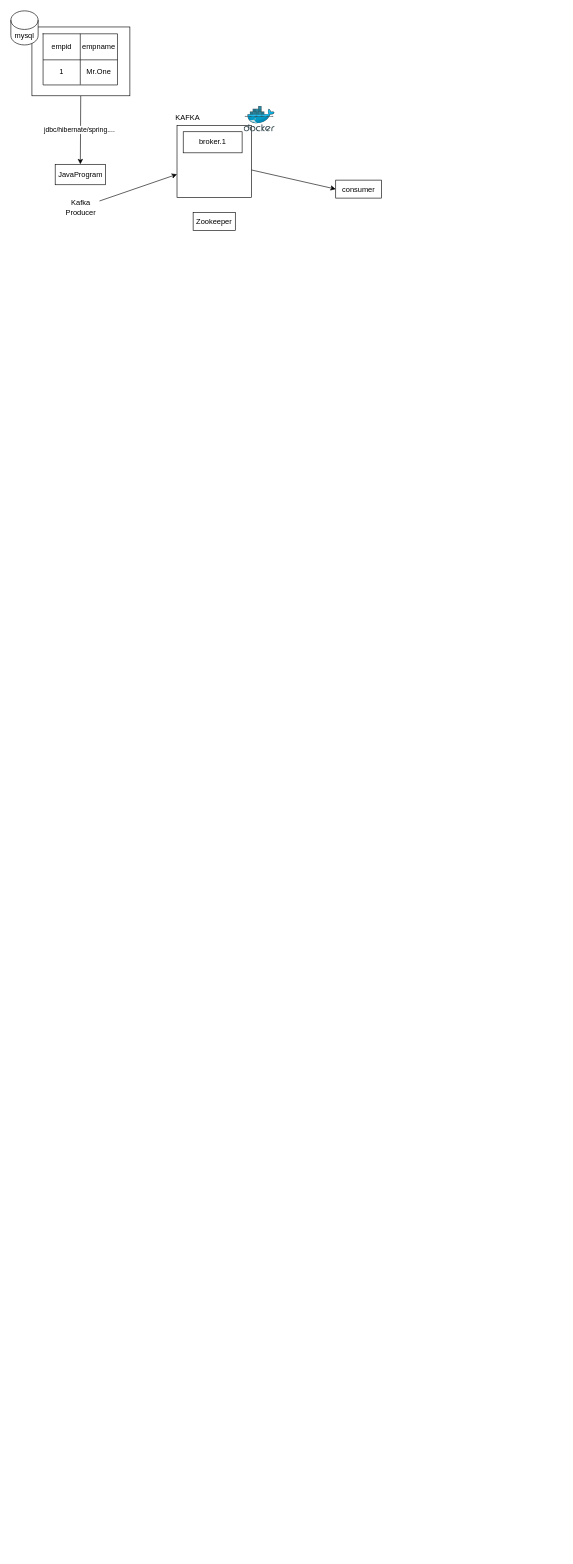
subham-lab/ibm-kafka-may-2022 keeps this draw.io diagram as images/day3.png.drawio. Above is the earlier version. Source tidied: cells renumbered, new cells numbered last; positions are measured from the earlier drawing's top-left corner, leaving out a move shared by most shapes. Both pictures are drawn from the tidied source at 62%, with x=0, y=0 at pixel (11, 11).
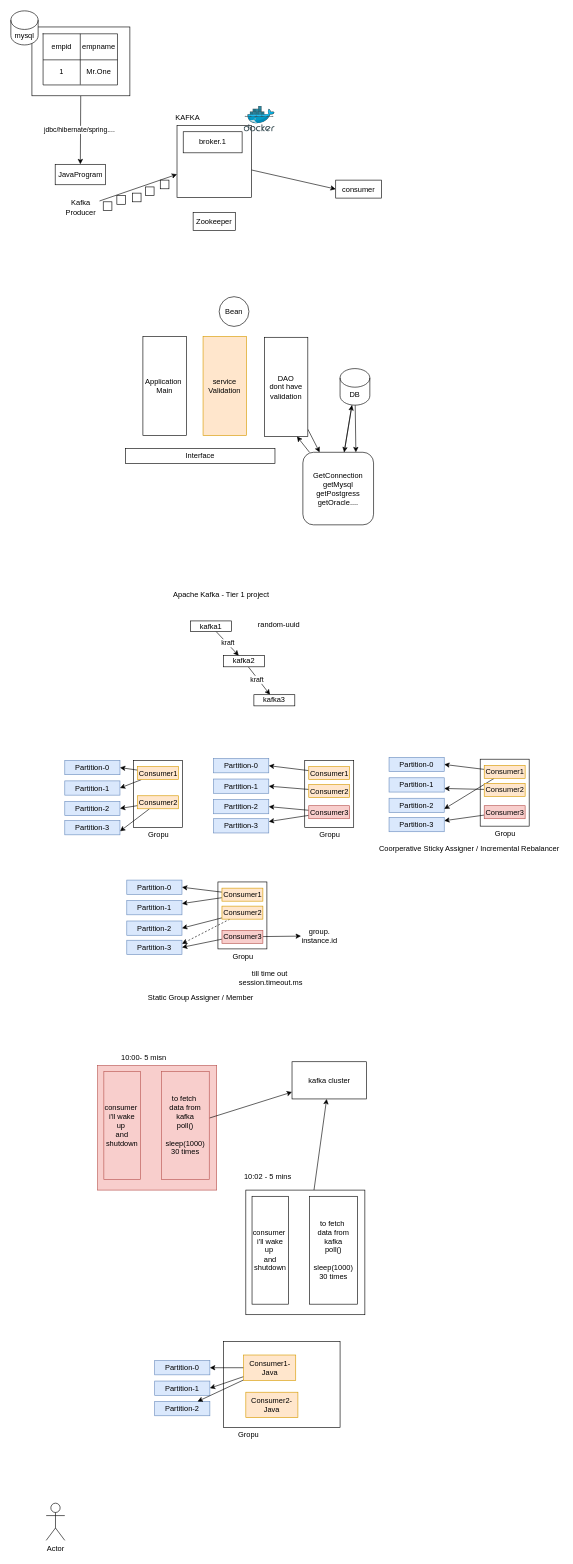
After the change.

What changed in the source:
```diff
@@
+    <mxCell id="22" style="edgeStyle=none;rounded=0;jettySize=auto;html=1;" parent="1" edge="1" source="24" target="33">
+      <mxGeometry relative="1" as="geometry" />
+    </mxCell>
+    <mxCell id="23" style="edgeStyle=none;rounded=0;jettySize=auto;html=1;entryX=0.75;entryY=0;entryDx=0;entryDy=0;" parent="1" edge="1" source="24" target="33">
+      <mxGeometry relative="1" as="geometry" />
+    </mxCell>
+    <mxCell id="24" value="DB" style="shape=cylinder3;whiteSpace=wrap;html=1;boundedLbl=1;backgroundOutline=1;size=15;" parent="1" vertex="1">
+      <mxGeometry x="531" y="577" width="48" height="59" as="geometry" />
+    </mxCell>
+    <mxCell id="25" style="edgeStyle=none;rounded=0;jettySize=auto;html=1;" parent="1" edge="1" source="26" target="33">
+      <mxGeometry relative="1" as="geometry" />
+    </mxCell>
+    <mxCell id="26" value="DAO&lt;br&gt;dont have validation" style="rounded=0;whiteSpace=wrap;html=1;" parent="1" vertex="1">
+      <mxGeometry x="409" y="526.5" width="70" height="160" as="geometry" />
+    </mxCell>
+    <mxCell id="27" value="service&lt;br&gt;Validation" style="rounded=0;whiteSpace=wrap;html=1;fillColor=#ffe6cc;strokeColor=#d79b00;" parent="1" vertex="1">
+      <mxGeometry x="310" y="525" width="70" height="160" as="geometry" />
+    </mxCell>
+    <mxCell id="28" value="Bean" style="ellipse;whiteSpace=wrap;html=1;" parent="1" vertex="1">
+      <mxGeometry x="336" y="461" width="48" height="48" as="geometry" />
+    </mxCell>
+    <mxCell id="29" value="Application&amp;nbsp;&lt;br&gt;Main" style="rounded=0;whiteSpace=wrap;html=1;" parent="1" vertex="1">
+      <mxGeometry x="213" y="525" width="70" height="160" as="geometry" />
+    </mxCell>
+    <mxCell id="30" value="Interface" style="rounded=0;whiteSpace=wrap;html=1;" parent="1" vertex="1">
+      <mxGeometry x="185" y="706" width="241" height="24" as="geometry" />
+    </mxCell>
+    <mxCell id="31" style="edgeStyle=none;rounded=0;jettySize=auto;html=1;entryX=0.75;entryY=1;entryDx=0;entryDy=0;" parent="1" edge="1" source="33" target="26">
+      <mxGeometry relative="1" as="geometry" />
+    </mxCell>
+    <mxCell id="32" style="edgeStyle=none;rounded=0;jettySize=auto;html=1;" parent="1" edge="1" source="33" target="24">
+      <mxGeometry relative="1" as="geometry" />
+    </mxCell>
+    <mxCell id="33" value="GetConnection&lt;br&gt;getMysql&lt;br&gt;getPostgress&lt;br&gt;getOracle...." style="rounded=1;whiteSpace=wrap;html=1;" parent="1" vertex="1">
+      <mxGeometry x="471" y="712" width="114" height="117" as="geometry" />
+    </mxCell>
+    <mxCell id="34" style="rounded=0;whiteSpace=wrap;html=1;" parent="1" vertex="1">
+      <mxGeometry x="149" y="308" width="14" height="14" as="geometry" />
+    </mxCell>
+    <mxCell id="35" style="rounded=0;whiteSpace=wrap;html=1;" parent="1" vertex="1">
+      <mxGeometry x="171" y="298" width="14" height="14" as="geometry" />
+    </mxCell>
+    <mxCell id="36" style="rounded=0;whiteSpace=wrap;html=1;" parent="1" vertex="1">
+      <mxGeometry x="196" y="294" width="14" height="14" as="geometry" />
+    </mxCell>
+    <mxCell id="37" style="rounded=0;whiteSpace=wrap;html=1;" parent="1" vertex="1">
+      <mxGeometry x="217" y="284" width="14" height="14" as="geometry" />
+    </mxCell>
+    <mxCell id="38" style="rounded=0;whiteSpace=wrap;html=1;" parent="1" vertex="1">
+      <mxGeometry x="241" y="273" width="14" height="14" as="geometry" />
+    </mxCell>
+    <mxCell id="39" style="edgeStyle=none;rounded=0;jettySize=auto;html=1;" parent="1" edge="1" source="41" target="44">
+      <mxGeometry relative="1" as="geometry" />
+    </mxCell>
+    <mxCell id="40" value="kraft" style="edgeLabel;html=1;align=center;verticalAlign=middle;" parent="39" vertex="1">
+      <mxGeometry x="-0.04" y="1" relative="1" as="geometry" />
+    </mxCell>
+    <mxCell id="41" value="kafka1" style="rounded=0;whiteSpace=wrap;html=1;" parent="1" vertex="1">
+      <mxGeometry x="290" y="984" width="66" height="17" as="geometry" />
+    </mxCell>
+    <mxCell id="42" style="edgeStyle=none;rounded=0;jettySize=auto;html=1;" parent="1" edge="1" source="44" target="45">
+      <mxGeometry relative="1" as="geometry" />
+    </mxCell>
+    <mxCell id="43" value="kraft" style="edgeLabel;html=1;align=center;verticalAlign=middle;" parent="42" vertex="1">
+      <mxGeometry x="-0.11" y="-2" relative="1" as="geometry" />
+    </mxCell>
+    <mxCell id="44" value="kafka2" style="rounded=0;whiteSpace=wrap;html=1;" parent="1" vertex="1">
+      <mxGeometry x="343" y="1040" width="66" height="18" as="geometry" />
+    </mxCell>
+    <mxCell id="45" value="kafka3" style="rounded=0;whiteSpace=wrap;html=1;" parent="1" vertex="1">
+      <mxGeometry x="392" y="1103" width="66" height="18" as="geometry" />
+    </mxCell>
+    <mxCell id="46" value="Apache Kafka - Tier 1 project" style="text;html=1;align=center;verticalAlign=middle;strokeColor=none;fillColor=none;" parent="1" vertex="1">
+      <mxGeometry x="256" y="933" width="165" height="18" as="geometry" />
+    </mxCell>
+    <mxCell id="47" value="random-uuid" style="text;html=1;align=center;verticalAlign=middle;strokeColor=none;fillColor=none;" parent="1" vertex="1">
+      <mxGeometry x="393" y="981" width="78" height="18" as="geometry" />
+    </mxCell>
+    <mxCell id="48" value="Partition-0" style="rounded=0;whiteSpace=wrap;html=1;fillColor=#dae8fc;strokeColor=#6c8ebf;" parent="1" vertex="1">
+      <mxGeometry x="87" y="1209" width="89" height="23" as="geometry" />
+    </mxCell>
+    <mxCell id="49" value="Partition-1" style="rounded=0;whiteSpace=wrap;html=1;fillColor=#dae8fc;strokeColor=#6c8ebf;" parent="1" vertex="1">
+      <mxGeometry x="87" y="1242" width="89" height="23" as="geometry" />
+    </mxCell>
+    <mxCell id="50" value="Partition-2" style="rounded=0;whiteSpace=wrap;html=1;fillColor=#dae8fc;strokeColor=#6c8ebf;" parent="1" vertex="1">
+      <mxGeometry x="87" y="1275" width="89" height="23" as="geometry" />
+    </mxCell>
+    <mxCell id="51" style="rounded=0;whiteSpace=wrap;html=1;" parent="1" vertex="1">
+      <mxGeometry x="198" y="1209" width="79" height="108" as="geometry" />
+    </mxCell>
+    <mxCell id="52" value="Gropu" style="text;html=1;align=center;verticalAlign=middle;strokeColor=none;fillColor=none;" parent="1" vertex="1">
+      <mxGeometry x="215.5" y="1320" width="44" height="18" as="geometry" />
+    </mxCell>
+    <mxCell id="53" style="edgeStyle=none;rounded=0;jettySize=auto;html=1;entryX=1;entryY=0.5;entryDx=0;entryDy=0;" parent="1" edge="1" source="55" target="48">
+      <mxGeometry relative="1" as="geometry" />
+    </mxCell>
+    <mxCell id="54" style="edgeStyle=none;rounded=0;jettySize=auto;html=1;entryX=1;entryY=0.5;entryDx=0;entryDy=0;" parent="1" edge="1" source="55" target="49">
+      <mxGeometry relative="1" as="geometry" />
+    </mxCell>
+    <mxCell id="55" value="Consumer1" style="rounded=0;whiteSpace=wrap;html=1;fillColor=#ffe6cc;strokeColor=#d79b00;" parent="1" vertex="1">
+      <mxGeometry x="204.5" y="1219" width="66" height="21" as="geometry" />
+    </mxCell>
+    <mxCell id="56" style="edgeStyle=none;rounded=0;jettySize=auto;html=1;entryX=1;entryY=0.5;entryDx=0;entryDy=0;" parent="1" edge="1" source="58" target="50">
+      <mxGeometry relative="1" as="geometry" />
+    </mxCell>
+    <mxCell id="57" style="edgeStyle=none;rounded=0;jettySize=auto;html=1;entryX=1;entryY=0.75;entryDx=0;entryDy=0;" parent="1" edge="1" source="58" target="59">
+      <mxGeometry relative="1" as="geometry" />
+    </mxCell>
+    <mxCell id="58" value="Consumer2" style="rounded=0;whiteSpace=wrap;html=1;fillColor=#ffe6cc;strokeColor=#d79b00;" parent="1" vertex="1">
+      <mxGeometry x="204.5" y="1266" width="66" height="21" as="geometry" />
+    </mxCell>
+    <mxCell id="59" value="Partition-3" style="rounded=0;whiteSpace=wrap;html=1;fillColor=#dae8fc;strokeColor=#6c8ebf;" parent="1" vertex="1">
+      <mxGeometry x="87" y="1306" width="89" height="23" as="geometry" />
+    </mxCell>
+    <mxCell id="60" value="Partition-0" style="rounded=0;whiteSpace=wrap;html=1;fillColor=#dae8fc;strokeColor=#6c8ebf;" parent="1" vertex="1">
+      <mxGeometry x="327" y="1206" width="89" height="23" as="geometry" />
+    </mxCell>
+    <mxCell id="61" value="Partition-1" style="rounded=0;whiteSpace=wrap;html=1;fillColor=#dae8fc;strokeColor=#6c8ebf;" parent="1" vertex="1">
+      <mxGeometry x="327" y="1239" width="89" height="23" as="geometry" />
+    </mxCell>
+    <mxCell id="62" value="Partition-2" style="rounded=0;whiteSpace=wrap;html=1;fillColor=#dae8fc;strokeColor=#6c8ebf;" parent="1" vertex="1">
+      <mxGeometry x="327" y="1272" width="89" height="23" as="geometry" />
+    </mxCell>
+    <mxCell id="63" style="rounded=0;whiteSpace=wrap;html=1;" parent="1" vertex="1">
+      <mxGeometry x="474" y="1209" width="79" height="108" as="geometry" />
+    </mxCell>
+    <mxCell id="64" value="Gropu" style="text;html=1;align=center;verticalAlign=middle;strokeColor=none;fillColor=none;" parent="1" vertex="1">
+      <mxGeometry x="491.5" y="1320" width="44" height="18" as="geometry" />
+    </mxCell>
+    <mxCell id="65" style="edgeStyle=none;rounded=0;jettySize=auto;html=1;entryX=1;entryY=0.5;entryDx=0;entryDy=0;" parent="1" edge="1" source="66" target="60">
+      <mxGeometry relative="1" as="geometry" />
+    </mxCell>
+    <mxCell id="66" value="Consumer1" style="rounded=0;whiteSpace=wrap;html=1;fillColor=#ffe6cc;strokeColor=#d79b00;" parent="1" vertex="1">
+      <mxGeometry x="480.5" y="1219" width="66" height="21" as="geometry" />
+    </mxCell>
+    <mxCell id="67" style="edgeStyle=none;rounded=0;jettySize=auto;html=1;entryX=1;entryY=0.5;entryDx=0;entryDy=0;" parent="1" edge="1" source="68" target="61">
+      <mxGeometry relative="1" as="geometry" />
+    </mxCell>
+    <mxCell id="68" value="Consumer2" style="rounded=0;whiteSpace=wrap;html=1;fillColor=#ffe6cc;strokeColor=#d79b00;" parent="1" vertex="1">
+      <mxGeometry x="480.5" y="1248" width="66" height="21" as="geometry" />
+    </mxCell>
+    <mxCell id="69" value="Partition-3" style="rounded=0;whiteSpace=wrap;html=1;fillColor=#dae8fc;strokeColor=#6c8ebf;" parent="1" vertex="1">
+      <mxGeometry x="327" y="1303" width="89" height="23" as="geometry" />
+    </mxCell>
+    <mxCell id="70" style="edgeStyle=none;rounded=0;jettySize=auto;html=1;entryX=1;entryY=0.5;entryDx=0;entryDy=0;" parent="1" edge="1" source="72" target="62">
+      <mxGeometry relative="1" as="geometry" />
+    </mxCell>
+    <mxCell id="71" style="edgeStyle=none;rounded=0;jettySize=auto;html=1;" parent="1" edge="1" source="72" target="69">
+      <mxGeometry relative="1" as="geometry" />
+    </mxCell>
+    <mxCell id="72" value="Consumer3" style="rounded=0;whiteSpace=wrap;html=1;fillColor=#f8cecc;strokeColor=#b85450;" parent="1" vertex="1">
+      <mxGeometry x="480.5" y="1282" width="66" height="21" as="geometry" />
+    </mxCell>
+    <mxCell id="73" value="Partition-0" style="rounded=0;whiteSpace=wrap;html=1;fillColor=#dae8fc;strokeColor=#6c8ebf;" parent="1" vertex="1">
+      <mxGeometry x="610" y="1204" width="89" height="23" as="geometry" />
+    </mxCell>
+    <mxCell id="74" value="Partition-1" style="rounded=0;whiteSpace=wrap;html=1;fillColor=#dae8fc;strokeColor=#6c8ebf;" parent="1" vertex="1">
+      <mxGeometry x="610" y="1237" width="89" height="23" as="geometry" />
+    </mxCell>
+    <mxCell id="75" value="Partition-2" style="rounded=0;whiteSpace=wrap;html=1;fillColor=#dae8fc;strokeColor=#6c8ebf;" parent="1" vertex="1">
+      <mxGeometry x="610" y="1270" width="89" height="23" as="geometry" />
+    </mxCell>
+    <mxCell id="76" style="rounded=0;whiteSpace=wrap;html=1;" parent="1" vertex="1">
+      <mxGeometry x="757" y="1207" width="79" height="108" as="geometry" />
+    </mxCell>
+    <mxCell id="77" value="Gropu" style="text;html=1;align=center;verticalAlign=middle;strokeColor=none;fillColor=none;" parent="1" vertex="1">
+      <mxGeometry x="774.5" y="1318" width="44" height="18" as="geometry" />
+    </mxCell>
+    <mxCell id="78" style="edgeStyle=none;rounded=0;jettySize=auto;html=1;entryX=1;entryY=0.5;entryDx=0;entryDy=0;" parent="1" edge="1" source="80" target="73">
+      <mxGeometry relative="1" as="geometry" />
+    </mxCell>
+    <mxCell id="79" style="edgeStyle=none;rounded=0;jettySize=auto;html=1;entryX=1;entryY=0.75;entryDx=0;entryDy=0;" parent="1" edge="1" source="80" target="75">
+      <mxGeometry relative="1" as="geometry" />
+    </mxCell>
+    <mxCell id="80" value="Consumer1" style="rounded=0;whiteSpace=wrap;html=1;fillColor=#ffe6cc;strokeColor=#d79b00;" parent="1" vertex="1">
+      <mxGeometry x="763.5" y="1217" width="66" height="21" as="geometry" />
+    </mxCell>
+    <mxCell id="81" style="edgeStyle=none;rounded=0;jettySize=auto;html=1;entryX=1;entryY=0.75;entryDx=0;entryDy=0;" parent="1" edge="1" source="82" target="74">
+      <mxGeometry relative="1" as="geometry" />
+    </mxCell>
+    <mxCell id="82" value="Consumer2" style="rounded=0;whiteSpace=wrap;html=1;fillColor=#ffe6cc;strokeColor=#d79b00;" parent="1" vertex="1">
+      <mxGeometry x="763.5" y="1246" width="66" height="21" as="geometry" />
+    </mxCell>
+    <mxCell id="83" value="Partition-3" style="rounded=0;whiteSpace=wrap;html=1;fillColor=#dae8fc;strokeColor=#6c8ebf;" parent="1" vertex="1">
+      <mxGeometry x="610" y="1301" width="89" height="23" as="geometry" />
+    </mxCell>
+    <mxCell id="84" value="Coorperative Sticky Assigner / Incremental Rebalancer" style="text;html=1;align=center;verticalAlign=middle;strokeColor=none;fillColor=none;" parent="1" vertex="1">
+      <mxGeometry x="588" y="1342" width="301" height="18" as="geometry" />
+    </mxCell>
+    <mxCell id="85" style="edgeStyle=none;rounded=0;jettySize=auto;html=1;" parent="1" edge="1" source="86" target="83">
+      <mxGeometry relative="1" as="geometry" />
+    </mxCell>
+    <mxCell id="86" value="Consumer3" style="rounded=0;whiteSpace=wrap;html=1;fillColor=#f8cecc;strokeColor=#b85450;" parent="1" vertex="1">
+      <mxGeometry x="763.5" y="1282" width="66" height="21" as="geometry" />
+    </mxCell>
+    <mxCell id="87" value="Partition-0" style="rounded=0;whiteSpace=wrap;html=1;fillColor=#dae8fc;strokeColor=#6c8ebf;" parent="1" vertex="1">
+      <mxGeometry x="187" y="1402" width="89" height="23" as="geometry" />
+    </mxCell>
+    <mxCell id="88" value="Partition-1" style="rounded=0;whiteSpace=wrap;html=1;fillColor=#dae8fc;strokeColor=#6c8ebf;" parent="1" vertex="1">
+      <mxGeometry x="187" y="1435" width="89" height="23" as="geometry" />
+    </mxCell>
+    <mxCell id="89" value="Partition-2" style="rounded=0;whiteSpace=wrap;html=1;fillColor=#dae8fc;strokeColor=#6c8ebf;" parent="1" vertex="1">
+      <mxGeometry x="187" y="1468" width="89" height="23" as="geometry" />
+    </mxCell>
+    <mxCell id="90" style="rounded=0;whiteSpace=wrap;html=1;" parent="1" vertex="1">
+      <mxGeometry x="334" y="1405" width="79" height="108" as="geometry" />
+    </mxCell>
+    <mxCell id="91" value="Gropu" style="text;html=1;align=center;verticalAlign=middle;strokeColor=none;fillColor=none;" parent="1" vertex="1">
+      <mxGeometry x="351.5" y="1516" width="44" height="18" as="geometry" />
+    </mxCell>
+    <mxCell id="92" style="edgeStyle=none;rounded=0;jettySize=auto;html=1;entryX=1;entryY=0.5;entryDx=0;entryDy=0;" parent="1" edge="1" source="94" target="87">
+      <mxGeometry relative="1" as="geometry" />
+    </mxCell>
+    <mxCell id="93" style="edgeStyle=none;rounded=0;jettySize=auto;html=1;" parent="1" edge="1" source="94" target="88">
+      <mxGeometry relative="1" as="geometry" />
+    </mxCell>
+    <mxCell id="94" value="Consumer1" style="rounded=0;whiteSpace=wrap;html=1;fillColor=#ffe6cc;strokeColor=#d79b00;" parent="1" vertex="1">
+      <mxGeometry x="340.5" y="1415" width="66" height="21" as="geometry" />
+    </mxCell>
+    <mxCell id="95" style="edgeStyle=none;rounded=0;jettySize=auto;html=1;entryX=1;entryY=0.5;entryDx=0;entryDy=0;" parent="1" edge="1" source="97" target="89">
+      <mxGeometry relative="1" as="geometry" />
+    </mxCell>
+    <mxCell id="96" style="edgeStyle=none;rounded=0;jettySize=auto;html=1;entryX=1;entryY=0.25;entryDx=0;entryDy=0;dashed=1;" parent="1" edge="1" source="97" target="98">
+      <mxGeometry relative="1" as="geometry" />
+    </mxCell>
+    <mxCell id="97" value="Consumer2" style="rounded=0;whiteSpace=wrap;html=1;fillColor=#ffe6cc;strokeColor=#d79b00;" parent="1" vertex="1">
+      <mxGeometry x="340.5" y="1444" width="66" height="21" as="geometry" />
+    </mxCell>
+    <mxCell id="98" value="Partition-3" style="rounded=0;whiteSpace=wrap;html=1;fillColor=#dae8fc;strokeColor=#6c8ebf;" parent="1" vertex="1">
+      <mxGeometry x="187" y="1499" width="89" height="23" as="geometry" />
+    </mxCell>
+    <mxCell id="99" value="Static Group Assigner / Member" style="text;html=1;align=center;verticalAlign=middle;strokeColor=none;fillColor=none;" parent="1" vertex="1">
+      <mxGeometry x="215.5" y="1583" width="180" height="18" as="geometry" />
+    </mxCell>
+    <mxCell id="100" style="edgeStyle=none;rounded=0;jettySize=auto;html=1;entryX=1;entryY=0.5;entryDx=0;entryDy=0;" parent="1" edge="1" target="98">
+      <mxGeometry relative="1" as="geometry">
+        <mxPoint x="340.5" y="1497.3" as="sourcePoint" />
+      </mxGeometry>
+    </mxCell>
+    <mxCell id="101" value="till time out&amp;nbsp;&lt;br&gt;session.timeout.ms" style="text;html=1;align=center;verticalAlign=middle;strokeColor=none;fillColor=none;" parent="1" vertex="1">
+      <mxGeometry x="362" y="1544" width="113" height="32" as="geometry" />
+    </mxCell>
+    <mxCell id="102" style="edgeStyle=none;rounded=0;jettySize=auto;html=1;" parent="1" edge="1" source="103" target="104">
+      <mxGeometry relative="1" as="geometry" />
+    </mxCell>
+    <mxCell id="103" value="Consumer3" style="rounded=0;whiteSpace=wrap;html=1;fillColor=#f8cecc;strokeColor=#b85450;" parent="1" vertex="1">
+      <mxGeometry x="340.5" y="1483" width="66" height="21" as="geometry" />
+    </mxCell>
+    <mxCell id="104" value="group.&lt;br&gt;instance.id" style="text;html=1;strokeColor=none;fillColor=none;align=center;verticalAlign=middle;whiteSpace=wrap;rounded=0;" parent="1" vertex="1">
+      <mxGeometry x="468" y="1477" width="60" height="30" as="geometry" />
+    </mxCell>
+    <mxCell id="105" style="rounded=0;whiteSpace=wrap;html=1;fillColor=#f8cecc;strokeColor=#b85450;" parent="1" vertex="1">
+      <mxGeometry x="140" y="1701" width="192" height="201" as="geometry" />
+    </mxCell>
+    <mxCell id="106" value="consumer&amp;nbsp;&lt;br&gt;i'll wake up&amp;nbsp;&lt;br&gt;and shutdown" style="rounded=0;whiteSpace=wrap;html=1;fillColor=#f8cecc;strokeColor=#b85450;" parent="1" vertex="1">
+      <mxGeometry x="150" y="1711" width="59" height="174" as="geometry" />
+    </mxCell>
+    <mxCell id="107" style="edgeStyle=none;rounded=0;jettySize=auto;html=1;" parent="1" edge="1" source="108" target="109">
+      <mxGeometry relative="1" as="geometry" />
+    </mxCell>
+    <mxCell id="108" value="to fetch&amp;nbsp;&lt;br&gt;data from kafka&lt;br&gt;poll()&lt;br&gt;&lt;br&gt;sleep(1000)&lt;br&gt;30 times&lt;br&gt;" style="rounded=0;whiteSpace=wrap;html=1;fillColor=#f8cecc;strokeColor=#b85450;" parent="1" vertex="1">
+      <mxGeometry x="243" y="1711" width="77" height="174" as="geometry" />
+    </mxCell>
+    <mxCell id="109" value="kafka cluster" style="rounded=0;whiteSpace=wrap;html=1;" parent="1" vertex="1">
+      <mxGeometry x="453.5" y="1695" width="120" height="60" as="geometry" />
+    </mxCell>
+    <mxCell id="110" value="Partition-0" style="rounded=0;whiteSpace=wrap;html=1;fillColor=#dae8fc;strokeColor=#6c8ebf;" parent="1" vertex="1">
+      <mxGeometry x="232" y="2177" width="89" height="23" as="geometry" />
+    </mxCell>
+    <mxCell id="111" value="Partition-1" style="rounded=0;whiteSpace=wrap;html=1;fillColor=#dae8fc;strokeColor=#6c8ebf;" parent="1" vertex="1">
+      <mxGeometry x="232" y="2210" width="89" height="23" as="geometry" />
+    </mxCell>
+    <mxCell id="112" value="Partition-2" style="rounded=0;whiteSpace=wrap;html=1;fillColor=#dae8fc;strokeColor=#6c8ebf;" parent="1" vertex="1">
+      <mxGeometry x="232" y="2243" width="89" height="23" as="geometry" />
+    </mxCell>
+    <mxCell id="113" style="rounded=0;whiteSpace=wrap;html=1;" parent="1" vertex="1">
+      <mxGeometry x="343" y="2146" width="188" height="139" as="geometry" />
+    </mxCell>
+    <mxCell id="114" value="Gropu" style="text;html=1;align=center;verticalAlign=middle;strokeColor=none;fillColor=none;" parent="1" vertex="1">
+      <mxGeometry x="360.5" y="2288" width="44" height="18" as="geometry" />
+    </mxCell>
+    <mxCell id="115" style="edgeStyle=none;rounded=0;jettySize=auto;html=1;entryX=1;entryY=0.5;entryDx=0;entryDy=0;" parent="1" edge="1" source="118" target="110">
+      <mxGeometry relative="1" as="geometry" />
+    </mxCell>
+    <mxCell id="116" style="edgeStyle=none;rounded=0;jettySize=auto;html=1;entryX=1;entryY=0.5;entryDx=0;entryDy=0;" parent="1" edge="1" source="118" target="111">
+      <mxGeometry relative="1" as="geometry" />
+    </mxCell>
+    <mxCell id="117" style="edgeStyle=none;rounded=0;jettySize=auto;html=1;" parent="1" edge="1" source="118" target="112">
+      <mxGeometry relative="1" as="geometry" />
+    </mxCell>
+    <mxCell id="118" value="Consumer1-Java" style="rounded=0;whiteSpace=wrap;html=1;fillColor=#ffe6cc;strokeColor=#d79b00;" parent="1" vertex="1">
+      <mxGeometry x="375.5" y="2168" width="84" height="41" as="geometry" />
+    </mxCell>
+    <mxCell id="119" value="Consumer2-Java" style="rounded=0;whiteSpace=wrap;html=1;fillColor=#ffe6cc;strokeColor=#d79b00;" parent="1" vertex="1">
+      <mxGeometry x="379" y="2228" width="84" height="41" as="geometry" />
+    </mxCell>
+    <mxCell id="120" style="edgeStyle=none;rounded=0;jettySize=auto;html=1;" parent="1" edge="1" source="121" target="109">
+      <mxGeometry relative="1" as="geometry" />
+    </mxCell>
+    <mxCell id="121" style="rounded=0;whiteSpace=wrap;html=1;" parent="1" vertex="1">
+      <mxGeometry x="379" y="1902" width="192" height="201" as="geometry" />
+    </mxCell>
+    <mxCell id="122" value="consumer&amp;nbsp;&lt;br&gt;i'll wake up&amp;nbsp;&lt;br&gt;and shutdown" style="rounded=0;whiteSpace=wrap;html=1;" parent="1" vertex="1">
+      <mxGeometry x="389" y="1912" width="59" height="174" as="geometry" />
+    </mxCell>
+    <mxCell id="123" value="to fetch&amp;nbsp;&lt;br&gt;data from kafka&lt;br&gt;poll()&lt;br&gt;&lt;br&gt;sleep(1000)&lt;br&gt;30 times&lt;br&gt;" style="rounded=0;whiteSpace=wrap;html=1;" parent="1" vertex="1">
+      <mxGeometry x="482" y="1912" width="77" height="174" as="geometry" />
+    </mxCell>
+    <mxCell id="124" value="10:00- 5 misn" style="text;html=1;align=center;verticalAlign=middle;strokeColor=none;fillColor=none;" parent="1" vertex="1">
+      <mxGeometry x="172" y="1679" width="83" height="18" as="geometry" />
+    </mxCell>
+    <mxCell id="125" value="10:02 - 5 mins" style="text;html=1;align=center;verticalAlign=middle;strokeColor=none;fillColor=none;" parent="1" vertex="1">
+      <mxGeometry x="371" y="1871" width="86" height="18" as="geometry" />
+    </mxCell>
+    <mxCell id="126" value="Actor" style="shape=umlActor;verticalLabelPosition=bottom;verticalAlign=top;html=1;" parent="1" vertex="1">
+      <mxGeometry x="57" y="2407" width="30" height="60" as="geometry" />
+    </mxCell>
```
